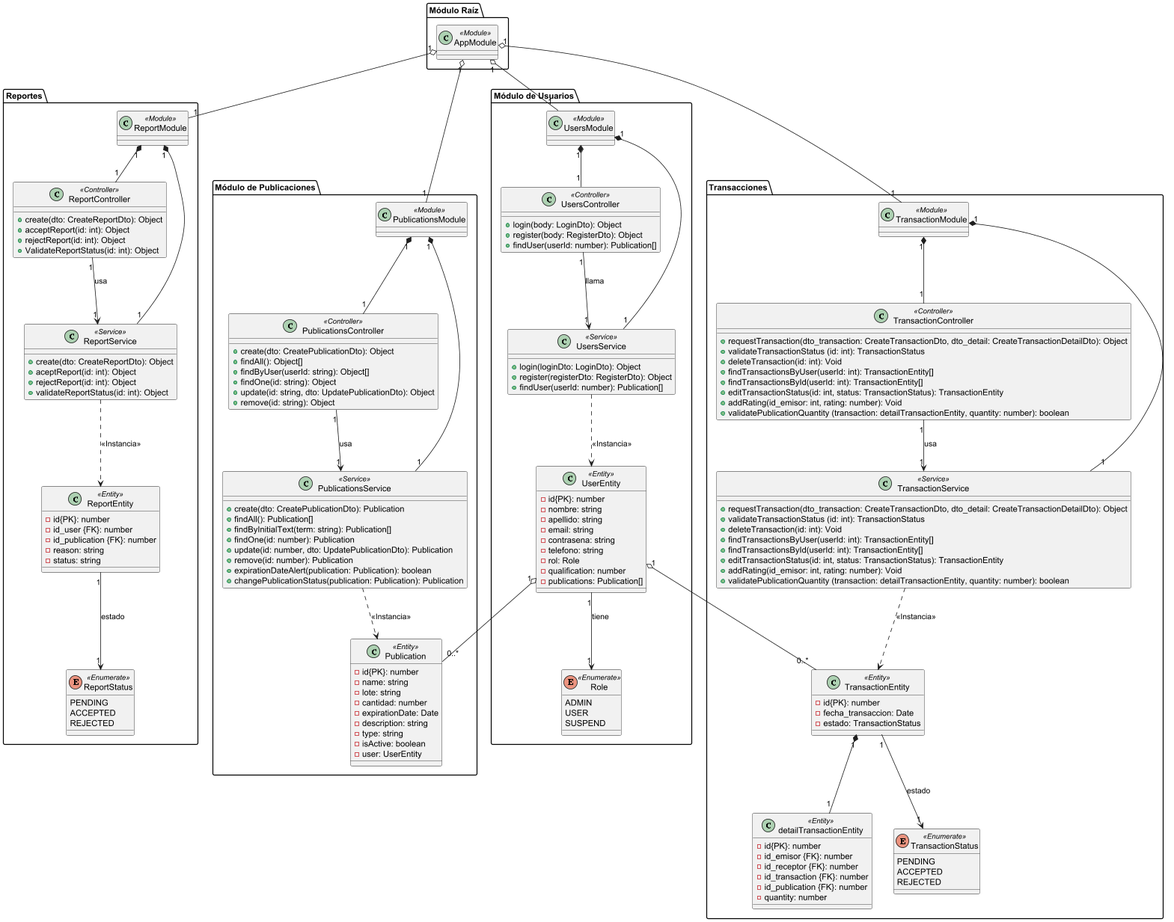
This is Documentacion/diagrama de clases/Sprint 2/Modelo_de_diseño.png from Uni-Space-Projects/S.I.M.S, a PlantUML export, as it was before one commit.
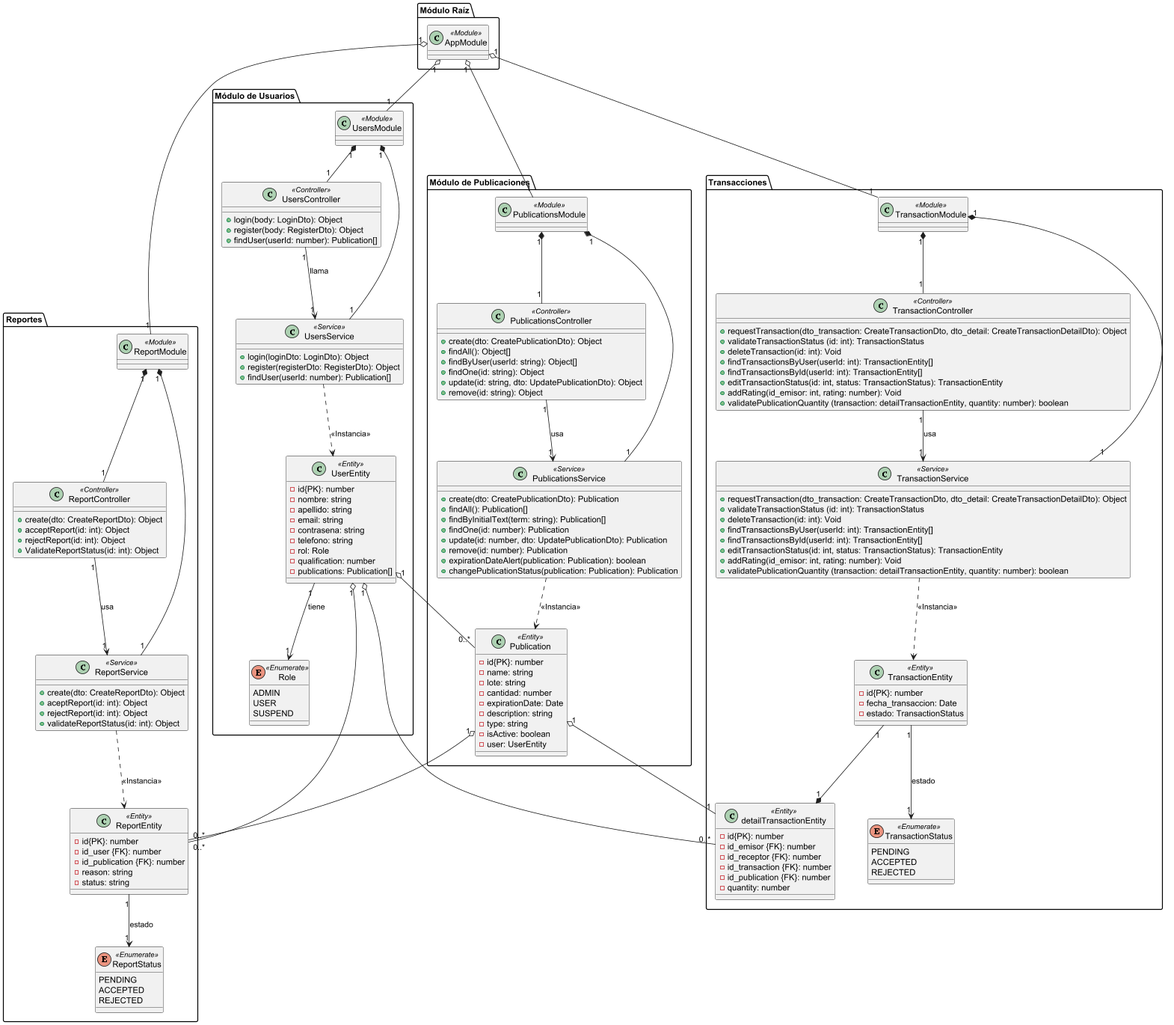
After the change.

Commit message:
Modificaciones diagrama de clases (diseño) sprint 2

The edit, as a diff of the source:
```diff
@@ -183,7 +183,7 @@
      TransactionController "1" --> "1" TransactionService : usa
      TransactionService ..> TransactionEntity : <<Instancia>>
      TransactionEntity "1" --> "1" TransactionStatus : estado
-     TransactionEntity "1" *-- "1" detailTransactionEntity
+     TransactionEntity "1" --* "1" detailTransactionEntity
 
 }
 
@@ -193,5 +193,10 @@
 AppModule "1" o-- "1" TransactionModule
 
 UserEntity "1" o-- "0..*" Publication
-UserEntity "1" o-- "0..*" TransactionEntity
+UserEntity "1" o-- "0..*" detailTransactionEntity
+
+Publication "1" o-- "1" detailTransactionEntity
+UserEntity "1" o-- "0..*" ReportEntity
+Publication "1" o-- "0..*" ReportEntity
+
 @enduml
```
